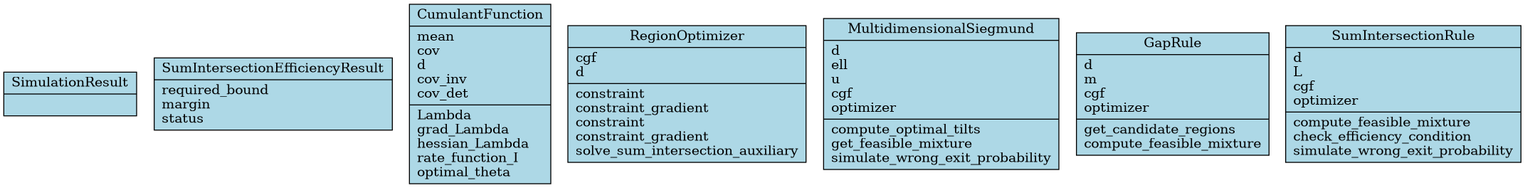
DiogoRibeiro7/efficient-importance-sampling keeps this Mermaid diagram as docs/architecture/class-diagram.png. Above is the earlier version. Its source is kept beside it as docs/architecture/class-diagram.mmd.
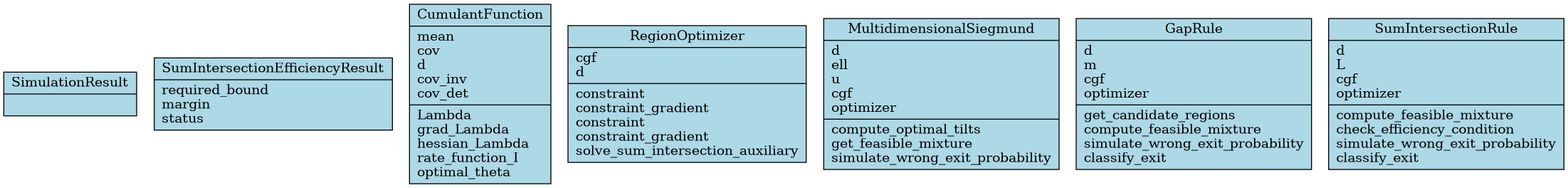
After the commit.

Commit message:
docs: Update architecture diagrams [skip ci]

The edit, as a diff of the source:
```diff
@@ -53,6 +53,8 @@
     +optimizer
     +get_candidate_regions()
     +compute_feasible_mixture()
+    +simulate_wrong_exit_probability()
+    +classify_exit()
   }
 
   class SumIntersectionRule {
@@ -63,4 +65,5 @@
     +compute_feasible_mixture()
     +check_efficiency_condition()
     +simulate_wrong_exit_probability()
+    +classify_exit()
   }
```
